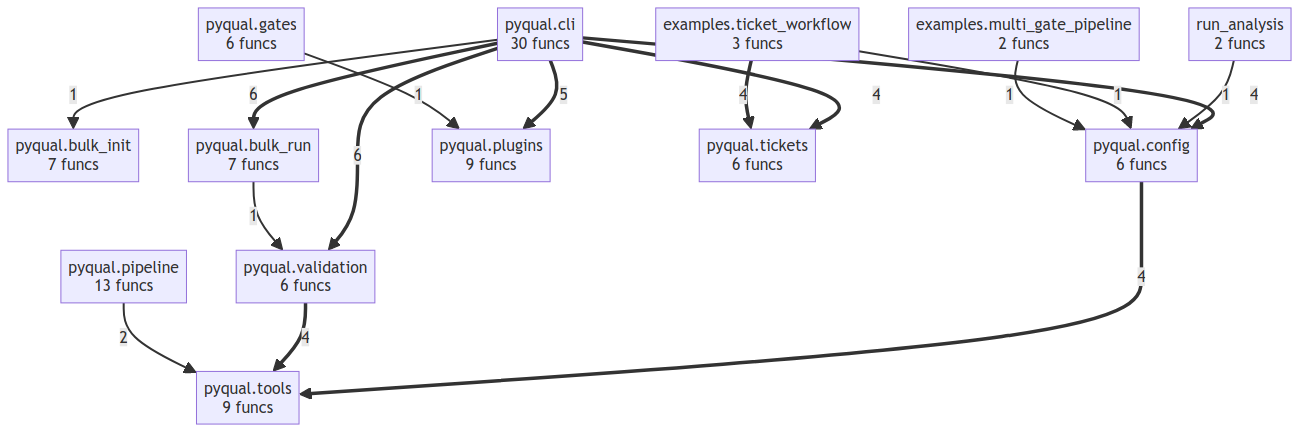
Above: project/compact_flow.png in semcod/pyqual (Mermaid), before the change. Its source is kept beside it as project/compact_flow.mmd.
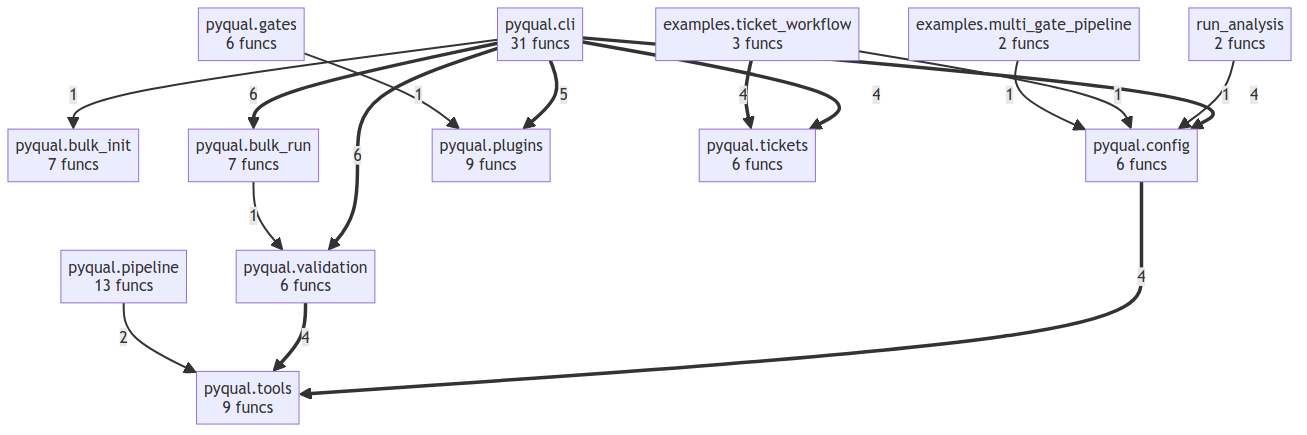
After the commit.

What changed in the source:
```diff
@@ -3,7 +3,7 @@
     examples__ticket_workflow["examples.ticket_workflow<br/>3 funcs"]
     pyqual__bulk_init["pyqual.bulk_init<br/>7 funcs"]
     pyqual__bulk_run["pyqual.bulk_run<br/>7 funcs"]
-    pyqual__cli["pyqual.cli<br/>30 funcs"]
+    pyqual__cli["pyqual.cli<br/>31 funcs"]
     pyqual__config["pyqual.config<br/>6 funcs"]
     pyqual__gates["pyqual.gates<br/>6 funcs"]
     pyqual__pipeline["pyqual.pipeline<br/>13 funcs"]
```
